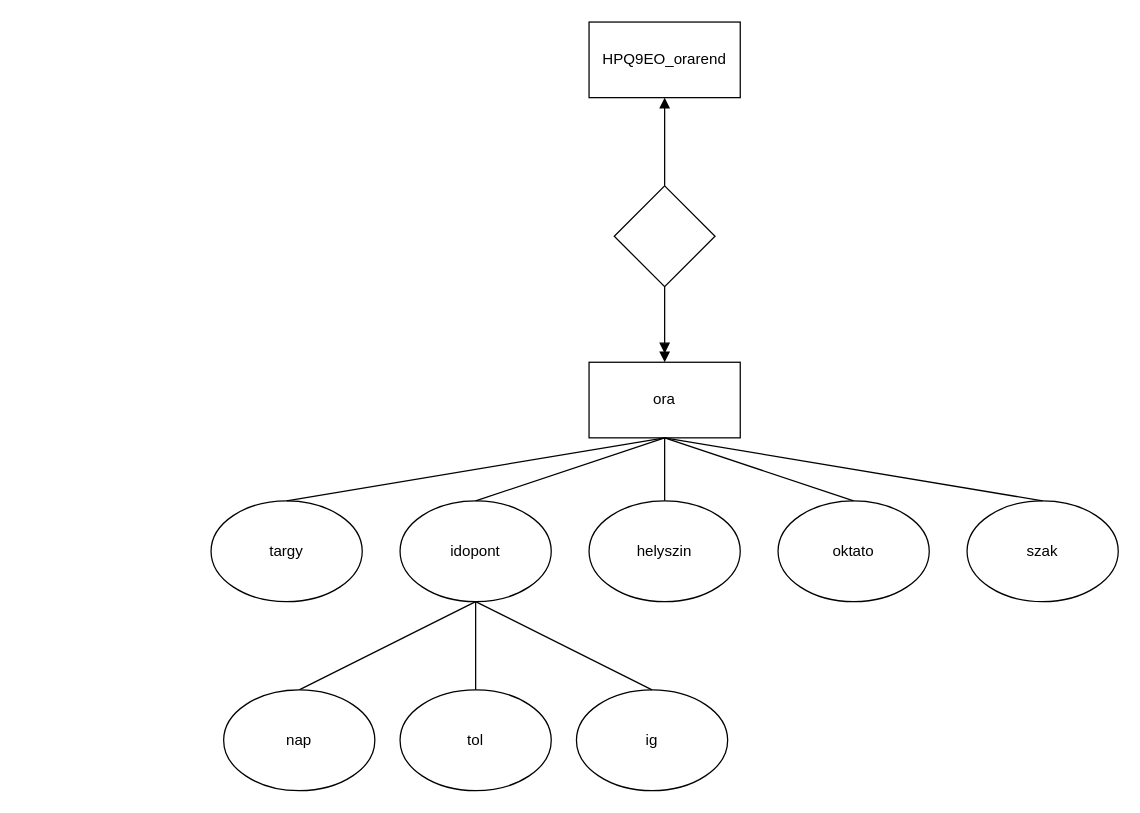
Before: HPQ9EO_0917/HPQ9EO_orarendER.drawio in dvd2001/HPQ9EOWebXML, a draw.io diagram. Source tidied: cells renumbered, new cells numbered last; positions are measured from the earlier drawing's top-left corner, leaving out a move shared by most shapes. Both pictures are drawn from the tidied source at 126%, with x=0, y=0 at pixel (210, 21).
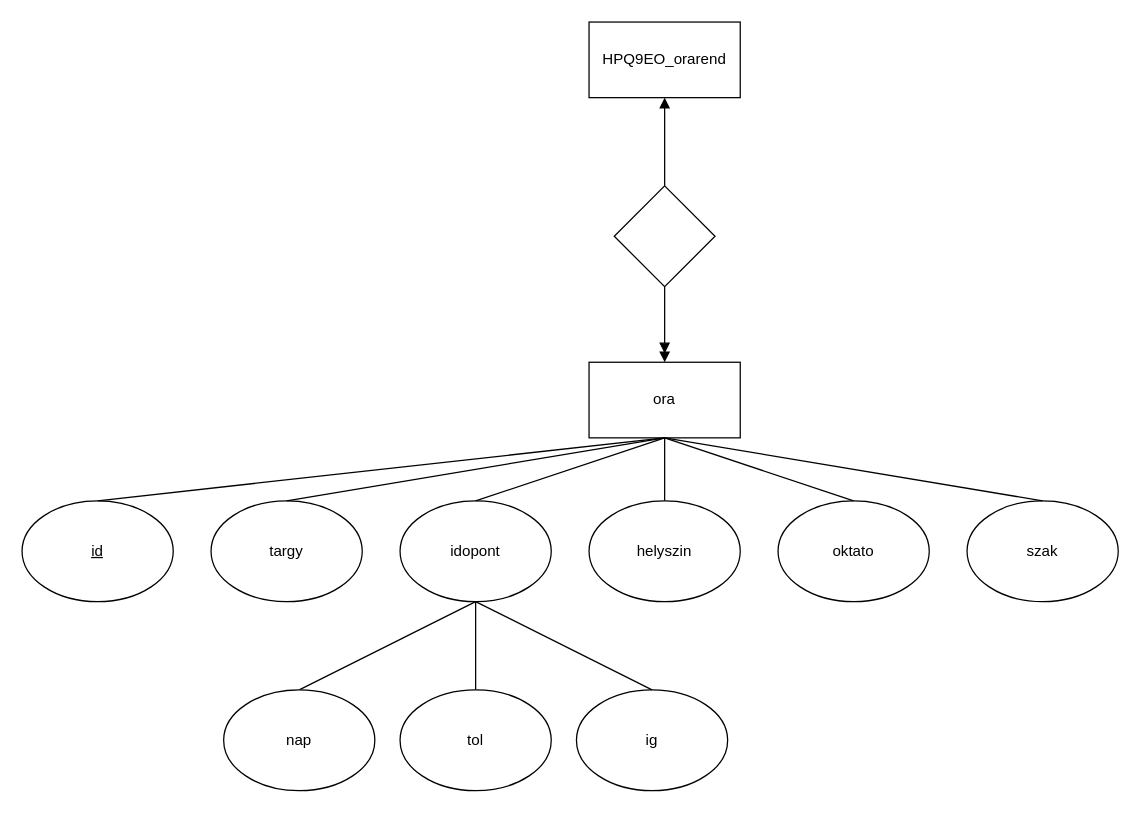
After the change.

Commit message (it also covers changes not shown here):
making modifications

Unchanged cells that the change refers to:
```xml
<mxCell id="3" value="ora" style="rounded=0;whiteSpace=wrap;html=1;" parent="1" vertex="1">
  <mxGeometry x="300" y="270" width="120" height="60" as="geometry" />
</mxCell>
```

What changed in the source:
```diff
@@
+    <mxCell id="23" value="&lt;u&gt;id&lt;/u&gt;" style="ellipse;whiteSpace=wrap;html=1;" parent="1" vertex="1">
+      <mxGeometry x="-150" y="380" width="120" height="80" as="geometry" />
+    </mxCell>
+    <mxCell id="24" style="endArrow=none;html=1;entryX=0.5;entryY=1;entryDx=0;entryDy=0;exitX=0.5;exitY=0;exitDx=0;exitDy=0;" parent="1" edge="1" source="23" target="3">
+      <mxGeometry relative="1" as="geometry" />
+    </mxCell>
```
